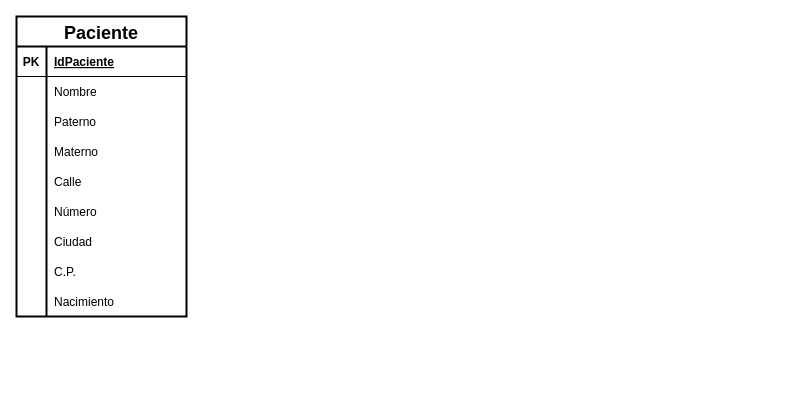
Above: Relacion-Clinica.drawio in DehyroM/EjercicioClinica (draw.io), before the change. Source tidied: cells renumbered, new cells numbered last; positions are measured from the earlier drawing's top-left corner, leaving out a move shared by most shapes. Both pictures are drawn from the tidied source at 100%, with x=0, y=0 at pixel (16, 16).
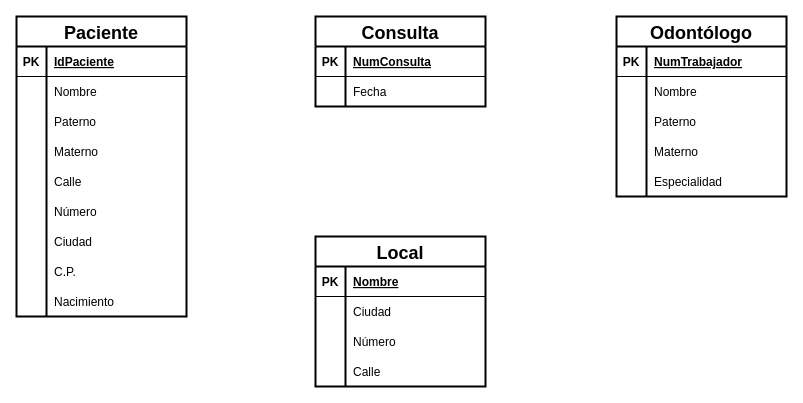
The same diagram, later.

Diff of the diagram source:
```diff
@@
+    <mxCell id="30" value="Consulta" style="shape=table;startSize=30;childLayout=tableLayout;rowLines=0;fontStyle=1;align=center;fontSize=18;strokeWidth=2;" parent="1" vertex="1">
+      <mxGeometry x="299" width="170" height="90" as="geometry" />
+    </mxCell>
+    <mxCell id="31" style="shape=tableRow;horizontal=0;startSize=0;swimlaneHead=0;swimlaneBody=0;fillColor=none;top=0;left=0;right=0;bottom=1;" parent="30" vertex="1">
+      <mxGeometry y="30" width="170" height="30" as="geometry" />
+    </mxCell>
+    <mxCell id="32" value="PK" style="shape=partialRectangle;fillColor=none;top=0;left=0;bottom=0;right=0;fontStyle=1;overflow=hidden;" parent="31" vertex="1">
+      <mxGeometry width="30" height="30" as="geometry" />
+    </mxCell>
+    <mxCell id="33" value="NumConsulta" style="shape=partialRectangle;fillColor=none;top=0;left=0;bottom=0;right=0;align=left;spacingLeft=6;fontStyle=5;overflow=hidden;" parent="31" vertex="1">
+      <mxGeometry x="30" width="140" height="30" as="geometry" />
+    </mxCell>
+    <mxCell id="34" style="shape=tableRow;horizontal=0;startSize=0;swimlaneHead=0;swimlaneBody=0;fillColor=none;top=0;left=0;right=0;bottom=0;" parent="30" vertex="1">
+      <mxGeometry y="60" width="170" height="30" as="geometry" />
+    </mxCell>
+    <mxCell id="35" style="shape=partialRectangle;fillColor=none;top=0;left=0;bottom=0;right=0;overflow=hidden;" parent="34" vertex="1">
+      <mxGeometry width="30" height="30" as="geometry" />
+    </mxCell>
+    <mxCell id="36" value="Fecha" style="shape=partialRectangle;fillColor=none;top=0;left=0;bottom=0;right=0;align=left;spacingLeft=6;overflow=hidden;" parent="34" vertex="1">
+      <mxGeometry x="30" width="140" height="30" as="geometry" />
+    </mxCell>
+    <mxCell id="37" value="Odontólogo" style="shape=table;startSize=30;childLayout=tableLayout;rowLines=0;fontStyle=1;align=center;fontSize=18;strokeWidth=2;" parent="1" vertex="1">
+      <mxGeometry x="600" width="170" height="180" as="geometry" />
+    </mxCell>
+    <mxCell id="38" style="shape=tableRow;horizontal=0;startSize=0;swimlaneHead=0;swimlaneBody=0;fillColor=none;top=0;left=0;right=0;bottom=1;" parent="37" vertex="1">
+      <mxGeometry y="30" width="170" height="30" as="geometry" />
+    </mxCell>
+    <mxCell id="39" value="PK" style="shape=partialRectangle;fillColor=none;top=0;left=0;bottom=0;right=0;fontStyle=1;overflow=hidden;" parent="38" vertex="1">
+      <mxGeometry width="30" height="30" as="geometry" />
+    </mxCell>
+    <mxCell id="40" value="NumTrabajador" style="shape=partialRectangle;fillColor=none;top=0;left=0;bottom=0;right=0;align=left;spacingLeft=6;fontStyle=5;overflow=hidden;" parent="38" vertex="1">
+      <mxGeometry x="30" width="140" height="30" as="geometry" />
+    </mxCell>
+    <mxCell id="41" style="shape=tableRow;horizontal=0;startSize=0;swimlaneHead=0;swimlaneBody=0;fillColor=none;top=0;left=0;right=0;bottom=0;" parent="37" vertex="1">
+      <mxGeometry y="60" width="170" height="30" as="geometry" />
+    </mxCell>
+    <mxCell id="42" style="shape=partialRectangle;fillColor=none;top=0;left=0;bottom=0;right=0;overflow=hidden;" parent="41" vertex="1">
+      <mxGeometry width="30" height="30" as="geometry" />
+    </mxCell>
+    <mxCell id="43" value="Nombre" style="shape=partialRectangle;fillColor=none;top=0;left=0;bottom=0;right=0;align=left;spacingLeft=6;overflow=hidden;" parent="41" vertex="1">
+      <mxGeometry x="30" width="140" height="30" as="geometry" />
+    </mxCell>
+    <mxCell id="44" style="shape=tableRow;horizontal=0;startSize=0;swimlaneHead=0;swimlaneBody=0;fillColor=none;top=0;left=0;right=0;bottom=0;" parent="37" vertex="1">
+      <mxGeometry y="90" width="170" height="30" as="geometry" />
+    </mxCell>
+    <mxCell id="45" style="shape=partialRectangle;fillColor=none;top=0;left=0;bottom=0;right=0;overflow=hidden;" parent="44" vertex="1">
+      <mxGeometry width="30" height="30" as="geometry" />
+    </mxCell>
+    <mxCell id="46" value="Paterno" style="shape=partialRectangle;fillColor=none;top=0;left=0;bottom=0;right=0;align=left;spacingLeft=6;overflow=hidden;" parent="44" vertex="1">
+      <mxGeometry x="30" width="140" height="30" as="geometry" />
+    </mxCell>
+    <mxCell id="47" style="shape=tableRow;horizontal=0;startSize=0;swimlaneHead=0;swimlaneBody=0;fillColor=none;top=0;left=0;right=0;bottom=0;" parent="37" vertex="1">
+      <mxGeometry y="120" width="170" height="30" as="geometry" />
+    </mxCell>
+    <mxCell id="48" style="shape=partialRectangle;fillColor=none;top=0;left=0;bottom=0;right=0;overflow=hidden;" parent="47" vertex="1">
+      <mxGeometry width="30" height="30" as="geometry" />
+    </mxCell>
+    <mxCell id="49" value="Materno" style="shape=partialRectangle;fillColor=none;top=0;left=0;bottom=0;right=0;align=left;spacingLeft=6;overflow=hidden;" parent="47" vertex="1">
+      <mxGeometry x="30" width="140" height="30" as="geometry" />
+    </mxCell>
+    <mxCell id="50" style="shape=tableRow;horizontal=0;startSize=0;swimlaneHead=0;swimlaneBody=0;fillColor=none;top=0;left=0;right=0;bottom=0;" parent="37" vertex="1">
+      <mxGeometry y="150" width="170" height="30" as="geometry" />
+    </mxCell>
+    <mxCell id="51" style="shape=partialRectangle;fillColor=none;top=0;left=0;bottom=0;right=0;overflow=hidden;" parent="50" vertex="1">
+      <mxGeometry width="30" height="30" as="geometry" />
+    </mxCell>
+    <mxCell id="52" value="Especialidad" style="shape=partialRectangle;fillColor=none;top=0;left=0;bottom=0;right=0;align=left;spacingLeft=6;overflow=hidden;" parent="50" vertex="1">
+      <mxGeometry x="30" width="140" height="30" as="geometry" />
+    </mxCell>
+    <mxCell id="53" value="Local" style="shape=table;startSize=30;childLayout=tableLayout;rowLines=0;fontStyle=1;align=center;fontSize=18;strokeWidth=2;" parent="1" vertex="1">
+      <mxGeometry x="299" y="220" width="170" height="150" as="geometry" />
+    </mxCell>
+    <mxCell id="54" style="shape=tableRow;horizontal=0;startSize=0;swimlaneHead=0;swimlaneBody=0;fillColor=none;top=0;left=0;right=0;bottom=1;" parent="53" vertex="1">
+      <mxGeometry y="30" width="170" height="30" as="geometry" />
+    </mxCell>
+    <mxCell id="55" value="PK" style="shape=partialRectangle;fillColor=none;top=0;left=0;bottom=0;right=0;fontStyle=1;overflow=hidden;" parent="54" vertex="1">
+      <mxGeometry width="30" height="30" as="geometry" />
+    </mxCell>
+    <mxCell id="56" value="Nombre" style="shape=partialRectangle;fillColor=none;top=0;left=0;bottom=0;right=0;align=left;spacingLeft=6;fontStyle=5;overflow=hidden;" parent="54" vertex="1">
+      <mxGeometry x="30" width="140" height="30" as="geometry" />
+    </mxCell>
+    <mxCell id="57" style="shape=tableRow;horizontal=0;startSize=0;swimlaneHead=0;swimlaneBody=0;fillColor=none;top=0;left=0;right=0;bottom=0;" parent="53" vertex="1">
+      <mxGeometry y="60" width="170" height="30" as="geometry" />
+    </mxCell>
+    <mxCell id="58" style="shape=partialRectangle;fillColor=none;top=0;left=0;bottom=0;right=0;overflow=hidden;" parent="57" vertex="1">
+      <mxGeometry width="30" height="30" as="geometry" />
+    </mxCell>
+    <mxCell id="59" value="Ciudad" style="shape=partialRectangle;fillColor=none;top=0;left=0;bottom=0;right=0;align=left;spacingLeft=6;overflow=hidden;" parent="57" vertex="1">
+      <mxGeometry x="30" width="140" height="30" as="geometry" />
+    </mxCell>
+    <mxCell id="60" style="shape=tableRow;horizontal=0;startSize=0;swimlaneHead=0;swimlaneBody=0;fillColor=none;top=0;left=0;right=0;bottom=0;" parent="53" vertex="1">
+      <mxGeometry y="90" width="170" height="30" as="geometry" />
+    </mxCell>
+    <mxCell id="61" style="shape=partialRectangle;fillColor=none;top=0;left=0;bottom=0;right=0;overflow=hidden;" parent="60" vertex="1">
+      <mxGeometry width="30" height="30" as="geometry" />
+    </mxCell>
+    <mxCell id="62" value="Número" style="shape=partialRectangle;fillColor=none;top=0;left=0;bottom=0;right=0;align=left;spacingLeft=6;overflow=hidden;" parent="60" vertex="1">
+      <mxGeometry x="30" width="140" height="30" as="geometry" />
+    </mxCell>
+    <mxCell id="63" style="shape=tableRow;horizontal=0;startSize=0;swimlaneHead=0;swimlaneBody=0;fillColor=none;top=0;left=0;right=0;bottom=0;" parent="53" vertex="1">
+      <mxGeometry y="120" width="170" height="30" as="geometry" />
+    </mxCell>
+    <mxCell id="64" style="shape=partialRectangle;fillColor=none;top=0;left=0;bottom=0;right=0;overflow=hidden;" parent="63" vertex="1">
+      <mxGeometry width="30" height="30" as="geometry" />
+    </mxCell>
+    <mxCell id="65" value="Calle" style="shape=partialRectangle;fillColor=none;top=0;left=0;bottom=0;right=0;align=left;spacingLeft=6;overflow=hidden;" parent="63" vertex="1">
+      <mxGeometry x="30" width="140" height="30" as="geometry" />
+    </mxCell>
```
